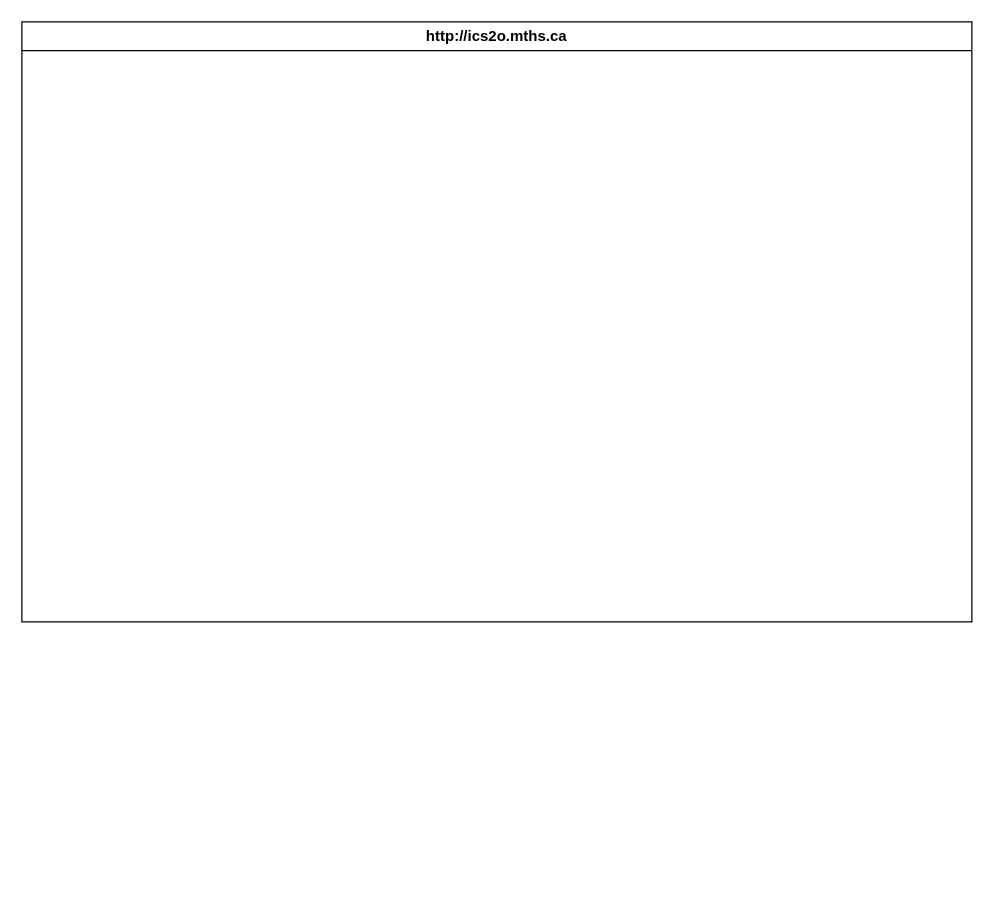
Before: design/storyboard.drawio in MTHS-ICD2O-1-2023/ICD2O-Unit-6-02-Julianne-Leblanc-Peltier, a draw.io diagram. Source tidied: cells renumbered, new cells numbered last; positions are measured from the earlier drawing's top-left corner, leaving out a move shared by most shapes. Both pictures are drawn from the tidied source at 125%, with x=0, y=0 at pixel (21, 21). Pictures stored in the file or linked from it are replaced by grey dashed boxes.
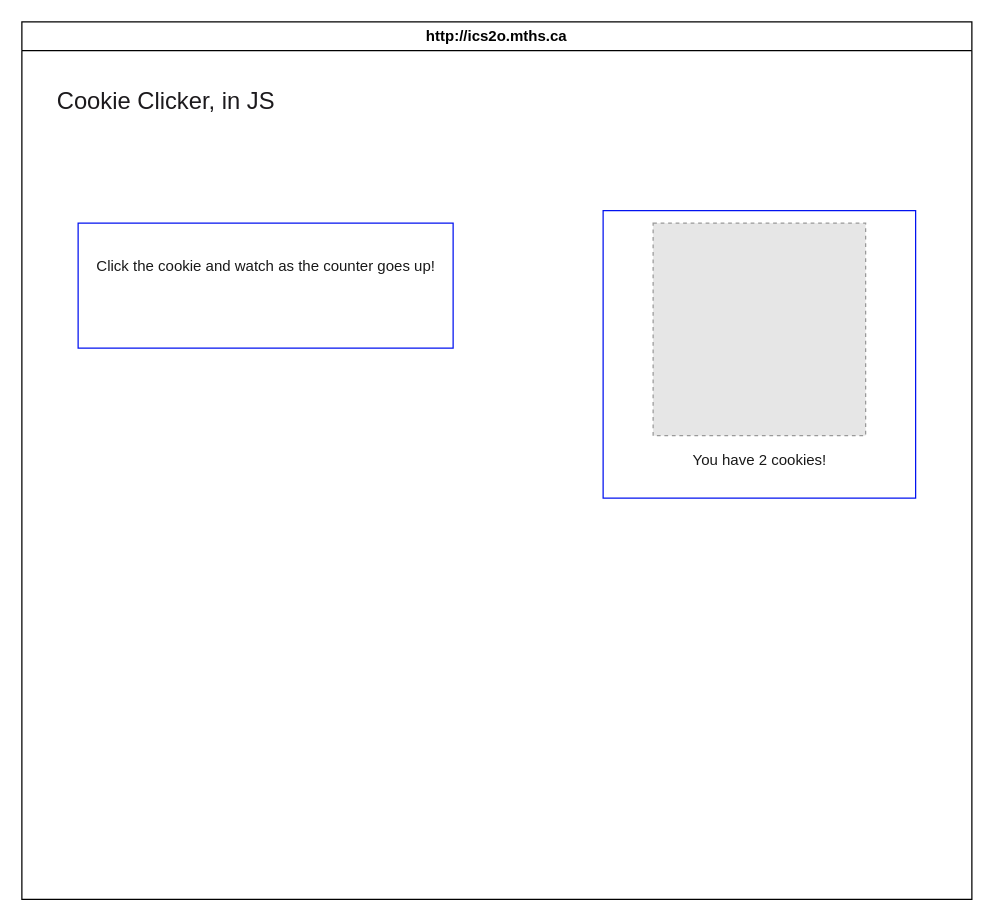
After the change.

Commit message (it also covers changes not shown here):
added flowchart and storyboard

Diff of the diagram source:
```diff
@@
 <mxGraphModel>
   <root>
     <mxCell id="0" />
     <mxCell id="1" parent="0" />
     <mxCell id="2" value="http://ics2o.mths.ca" style="swimlane;whiteSpace=wrap;html=1;" parent="1" vertex="1">
-      <mxGeometry width="760" height="480" as="geometry" />
+      <mxGeometry width="760" height="702" as="geometry" />
     </mxCell>
+    <mxCell id="3" style="rounded=0;whiteSpace=wrap;html=1;fillColor=#FFFFFF;strokeColor=#0212F0;" parent="2" vertex="1">
+      <mxGeometry x="465" y="151" width="250" height="230" as="geometry" />
+    </mxCell>
+    <mxCell id="4" style="rounded=0;whiteSpace=wrap;html=1;fillColor=#FFFFFF;strokeColor=#0212F0;" parent="2" vertex="1">
+      <mxGeometry x="45" y="161" width="300" height="100" as="geometry" />
+    </mxCell>
+    <mxCell id="5" value="Click the cookie and watch as the counter goes up!" style="text;html=1;align=center;verticalAlign=middle;fontColor=#191919;" parent="2" vertex="1">
+      <mxGeometry x="50" y="181" width="290" height="30" as="geometry" />
+    </mxCell>
+    <mxCell id="6" value="You have 2 cookies!" style="text;html=1;align=center;verticalAlign=middle;fontColor=#191919;" parent="2" vertex="1">
+      <mxGeometry x="525" y="336" width="130" height="30" as="geometry" />
+    </mxCell>
+    <mxCell id="7" value="&lt;div style=&quot;font-size: 19px;&quot;&gt;Cookie Clicker, in JS&lt;/div&gt;&lt;div style=&quot;font-size: 19px;&quot;&gt;&lt;br style=&quot;font-size: 19px;&quot;&gt;&lt;/div&gt;" style="text;html=1;align=center;verticalAlign=middle;fontColor=#1C1A1D;fontSize=19;" parent="2" vertex="1">
+      <mxGeometry x="15" y="45" width="200" height="60" as="geometry" />
+    </mxCell>
+    <mxCell id="8" style="fillColor=#E6E6E6;strokeColor=#999999;dashed=1;verticalLabelPosition=bottom;labelBackgroundColor=default;verticalAlign=top;" parent="2" vertex="1">
+      <mxGeometry x="505" y="161" width="170" height="170" as="geometry" />
+    </mxCell>
   </root>
 </mxGraphModel>
```
